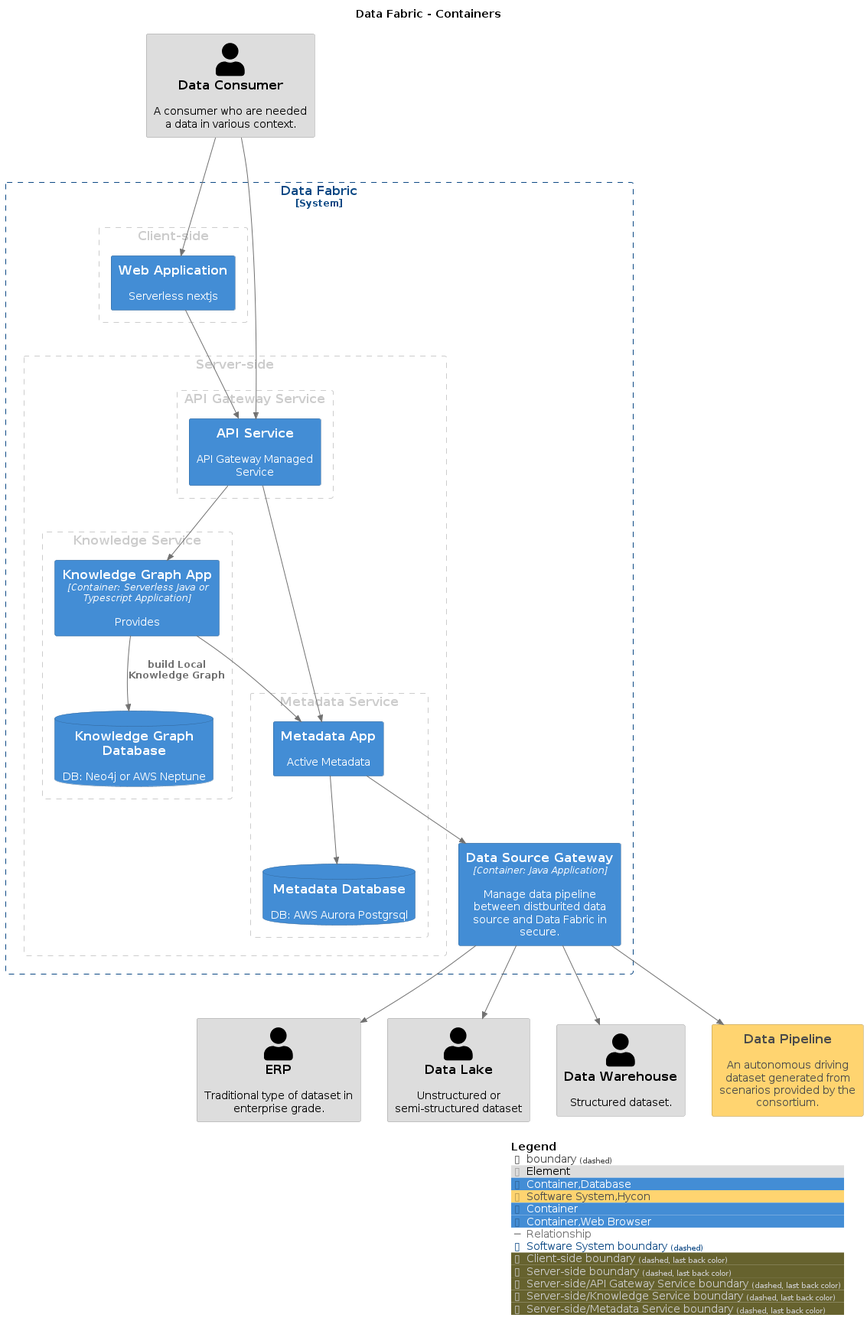
IntellectusCorp/data-fabric-docs keeps this PlantUML diagram as master/png/Containers.png. Above is the earlier version.
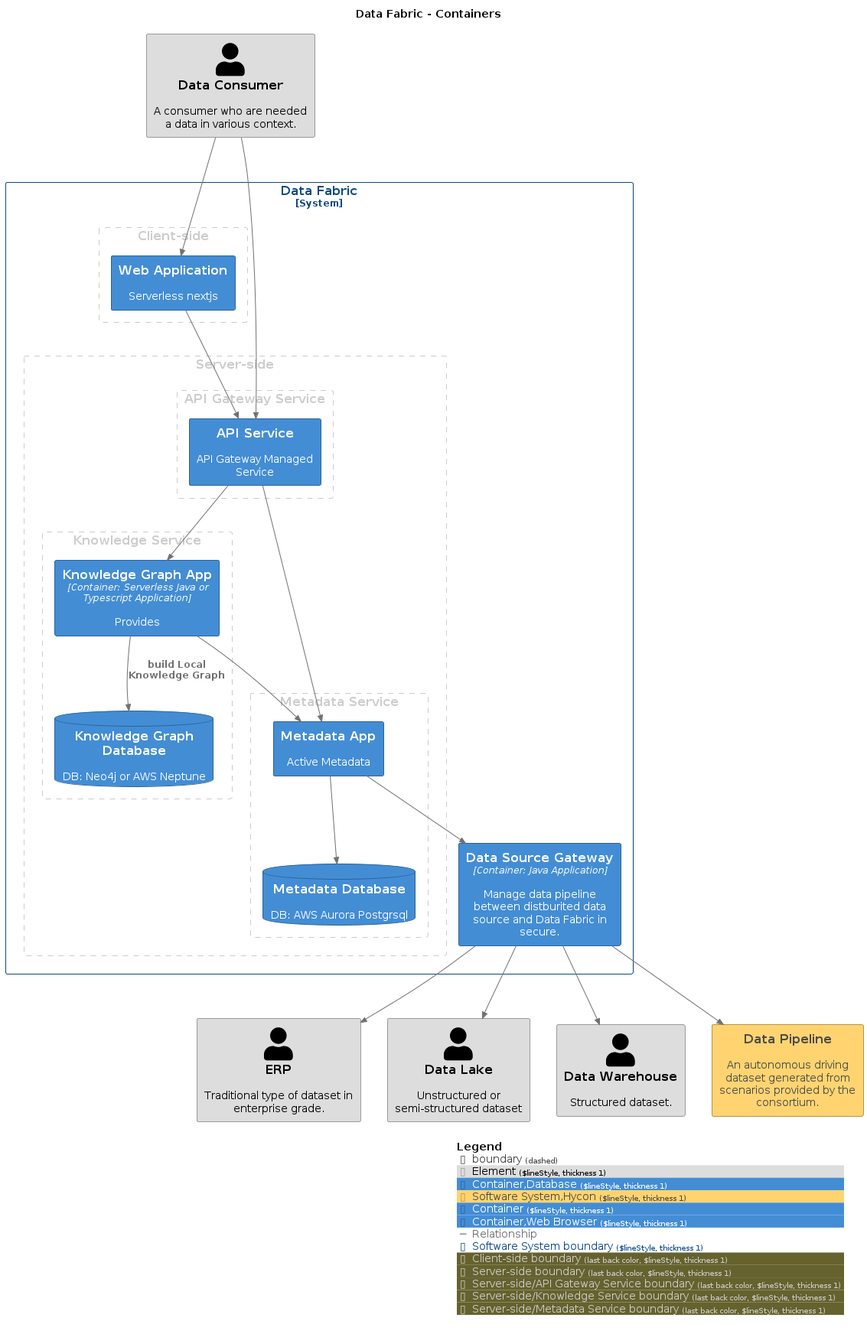
Later version of the same file.

Change to the diagram source:
```diff
@@ -8,15 +8,15 @@
 !include <C4/C4_Context>
 !include <C4/C4_Container>
 
-AddElementTag("Element", $bgColor="#dddddd", $borderColor="#9a9a9a", $fontColor="#000000", $sprite="", $shadowing="")
-AddElementTag("Container,Database", $bgColor="#438dd5", $borderColor="#2e6295", $fontColor="#ffffff", $sprite="", $shadowing="")
-AddElementTag("Software System,Hycon", $bgColor="#ffd470", $borderColor="#b2944e", $fontColor="#4a4a4a", $sprite="", $shadowing="")
-AddElementTag("Container", $bgColor="#438dd5", $borderColor="#2e6295", $fontColor="#ffffff", $sprite="", $shadowing="")
-AddElementTag("Container,Web Browser", $bgColor="#438dd5", $borderColor="#2e6295", $fontColor="#ffffff", $sprite="", $shadowing="")
+AddElementTag("Element", $bgColor="#dddddd", $borderColor="#9a9a9a", $fontColor="#000000", $sprite="", $shadowing="", $borderStyle="Solid", $borderThickness="1")
+AddElementTag("Container,Database", $bgColor="#438dd5", $borderColor="#2e6295", $fontColor="#ffffff", $sprite="", $shadowing="", $borderStyle="Solid", $borderThickness="1")
+AddElementTag("Software System,Hycon", $bgColor="#ffd470", $borderColor="#b2944e", $fontColor="#4a4a4a", $sprite="", $shadowing="", $borderStyle="Solid", $borderThickness="1")
+AddElementTag("Container", $bgColor="#438dd5", $borderColor="#2e6295", $fontColor="#ffffff", $sprite="", $shadowing="", $borderStyle="Solid", $borderThickness="1")
+AddElementTag("Container,Web Browser", $bgColor="#438dd5", $borderColor="#2e6295", $fontColor="#ffffff", $sprite="", $shadowing="", $borderStyle="Solid", $borderThickness="1")
 
 AddRelTag("Relationship", $textColor="#707070", $lineColor="#707070", $lineStyle = "")
 
-AddBoundaryTag("Software System", $bgColor="#ffffff", $borderColor="#0b4884", $fontColor="#0b4884", $shadowing="")
+AddBoundaryTag("Software System", $bgColor="#ffffff", $borderColor="#0b4884", $fontColor="#0b4884", $shadowing="", $borderStyle="Solid", $borderThickness="1")
 
 Person(DataConsumer, "Data Consumer", $descr="A consumer who are needed a data in various context.", $tags="Element", $link="")
 Person(ERP, "ERP", $descr="Traditional type of dataset in enterprise grade.", $tags="Element", $link="")
@@ -25,25 +25,25 @@
 System(DataPipeline, "Data Pipeline", $descr="An autonomous driving dataset generated from scenarios provided by the consortium.", $tags="Software System,Hycon", $link="")
 
 System_Boundary("DataFabric_boundary", "Data Fabric", $tags="Software System") {
-  AddBoundaryTag("Client-side", $borderColor="#cccccc", $fontColor="#cccccc")
+  AddBoundaryTag("Client-side", $borderColor="#cccccc", $fontColor="#cccccc", $borderStyle="Dashed", $borderThickness="1")
   Boundary(group_1, "Client-side", $tags="Client-side") {
     Container(DataFabric.WebApplication, "Web Application", $techn="", $descr="Serverless nextjs", $tags="Container,Web Browser", $link="")
   }
 
-  AddBoundaryTag("Server-side", $borderColor="#cccccc", $fontColor="#cccccc")
+  AddBoundaryTag("Server-side", $borderColor="#cccccc", $fontColor="#cccccc", $borderStyle="Dashed", $borderThickness="1")
   Boundary(group_2, "Server-side", $tags="Server-side") {
-      AddBoundaryTag("Server-side/API Gateway Service", $borderColor="#cccccc", $fontColor="#cccccc")
+      AddBoundaryTag("Server-side/API Gateway Service", $borderColor="#cccccc", $fontColor="#cccccc", $borderStyle="Dashed", $borderThickness="1")
       Boundary(group_3, "API Gateway Service", $tags="Server-side/API Gateway Service") {
         Container(DataFabric.APIService, "API Service", $techn="", $descr="API Gateway Managed Service", $tags="Container", $link="")
       }
 
-      AddBoundaryTag("Server-side/Knowledge Service", $borderColor="#cccccc", $fontColor="#cccccc")
+      AddBoundaryTag("Server-side/Knowledge Service", $borderColor="#cccccc", $fontColor="#cccccc", $borderStyle="Dashed", $borderThickness="1")
       Boundary(group_4, "Knowledge Service", $tags="Server-side/Knowledge Service") {
         Container(DataFabric.KnowledgeGraphApp, "Knowledge Graph App", $techn="Container: Serverless Java or Typescript Application", $descr="Provides", $tags="Container", $link="")
         ContainerDb(DataFabric.KnowledgeGraphDatabase, "Knowledge Graph Database", $techn="", $descr="DB: Neo4j or AWS Neptune", $tags="Container,Database", $link="")
       }
 
-      AddBoundaryTag("Server-side/Metadata Service", $borderColor="#cccccc", $fontColor="#cccccc")
+      AddBoundaryTag("Server-side/Metadata Service", $borderColor="#cccccc", $fontColor="#cccccc", $borderStyle="Dashed", $borderThickness="1")
       Boundary(group_5, "Metadata Service", $tags="Server-side/Metadata Service") {
         Container(DataFabric.MetadataApp, "Metadata App", $techn="", $descr="Active Metadata", $tags="Container", $link="")
         ContainerDb(DataFabric.MetadataDatabase, "Metadata Database", $techn="", $descr="DB: AWS Aurora Postgrsql", $tags="Container,Database", $link="")
@@ -54,19 +54,19 @@
   Container(DataFabric.DataSourceGateway, "Data Source Gateway", $techn="Container: Java Application", $descr="Manage data pipeline between distburited data source and Data Fabric in secure.", $tags="Container", $link="")
 }
 
-Rel_D(DataFabric.DataSourceGateway, DataPipeline, "", $techn="", $tags="Relationship", $link="")
-Rel_D(DataConsumer, DataFabric.APIService, "", $techn="", $tags="Relationship", $link="")
-Rel_D(DataConsumer, DataFabric.WebApplication, "", $techn="", $tags="Relationship", $link="")
-Rel_D(DataFabric.KnowledgeGraphApp, DataFabric.KnowledgeGraphDatabase, "build Local Knowledge Graph", $techn="", $tags="Relationship", $link="")
-Rel_D(DataFabric.KnowledgeGraphApp, DataFabric.MetadataApp, "", $techn="", $tags="Relationship", $link="")
-Rel_D(DataFabric.DataSourceGateway, ERP, "", $techn="", $tags="Relationship", $link="")
-Rel_D(DataFabric.DataSourceGateway, DataLake, "", $techn="", $tags="Relationship", $link="")
-Rel_D(DataFabric.DataSourceGateway, DataWarehouse, "", $techn="", $tags="Relationship", $link="")
-Rel_D(DataFabric.MetadataApp, DataFabric.DataSourceGateway, "", $techn="", $tags="Relationship", $link="")
-Rel_D(DataFabric.MetadataApp, DataFabric.MetadataDatabase, "", $techn="", $tags="Relationship", $link="")
-Rel_D(DataFabric.APIService, DataFabric.KnowledgeGraphApp, "", $techn="", $tags="Relationship", $link="")
-Rel_D(DataFabric.APIService, DataFabric.MetadataApp, "", $techn="", $tags="Relationship", $link="")
-Rel_D(DataFabric.WebApplication, DataFabric.APIService, "", $techn="", $tags="Relationship", $link="")
+Rel(DataFabric.DataSourceGateway, DataPipeline, "", $techn="", $tags="Relationship", $link="")
+Rel(DataConsumer, DataFabric.APIService, "", $techn="", $tags="Relationship", $link="")
+Rel(DataConsumer, DataFabric.WebApplication, "", $techn="", $tags="Relationship", $link="")
+Rel(DataFabric.KnowledgeGraphApp, DataFabric.KnowledgeGraphDatabase, "build Local Knowledge Graph", $techn="", $tags="Relationship", $link="")
+Rel(DataFabric.KnowledgeGraphApp, DataFabric.MetadataApp, "", $techn="", $tags="Relationship", $link="")
+Rel(DataFabric.DataSourceGateway, ERP, "", $techn="", $tags="Relationship", $link="")
+Rel(DataFabric.DataSourceGateway, DataLake, "", $techn="", $tags="Relationship", $link="")
+Rel(DataFabric.DataSourceGateway, DataWarehouse, "", $techn="", $tags="Relationship", $link="")
+Rel(DataFabric.MetadataApp, DataFabric.DataSourceGateway, "", $techn="", $tags="Relationship", $link="")
+Rel(DataFabric.MetadataApp, DataFabric.MetadataDatabase, "", $techn="", $tags="Relationship", $link="")
+Rel(DataFabric.APIService, DataFabric.KnowledgeGraphApp, "", $techn="", $tags="Relationship", $link="")
+Rel(DataFabric.APIService, DataFabric.MetadataApp, "", $techn="", $tags="Relationship", $link="")
+Rel(DataFabric.WebApplication, DataFabric.APIService, "", $techn="", $tags="Relationship", $link="")
 
 SHOW_LEGEND(true)
 @enduml
```
